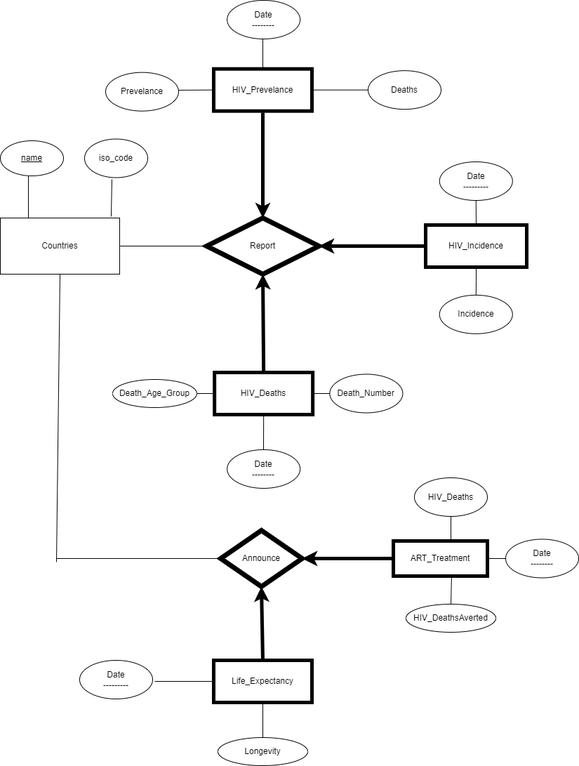
Above: assets/er_diagram.png in sinirsizeglence/cs306_group_project (draw.io), before the change. Source tidied: cells renumbered, new cells last; positions are measured from the earlier drawing's top-left corner, leaving out a move shared by most shapes.
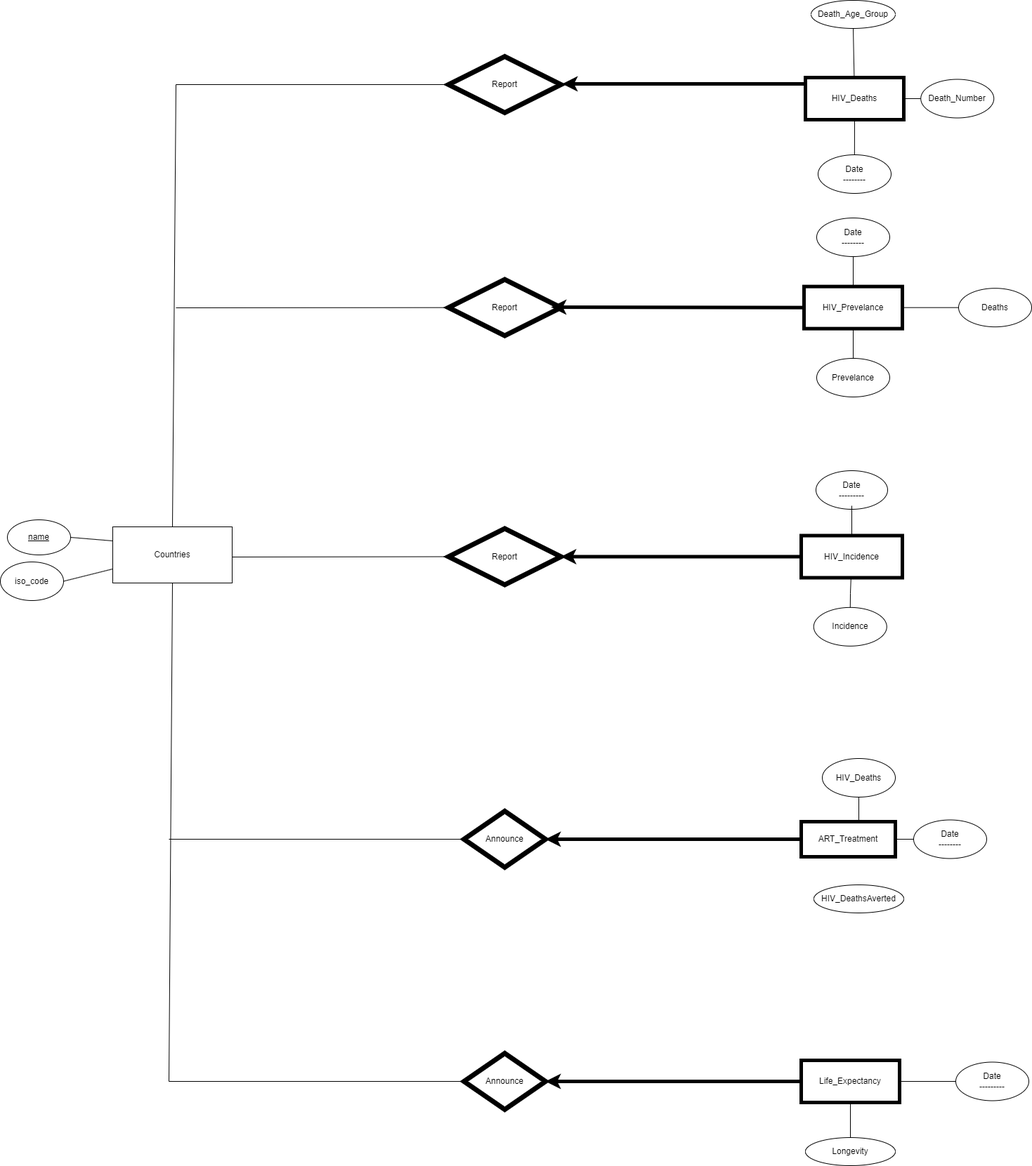
The same file after the commit.

Commit message:
Update ER diagram. (4 entity 1 relation fix)

Diff of the diagram source:
```diff
@@ -3,182 +3,206 @@
     <mxCell id="0" />
     <mxCell id="1" parent="0" />
     <mxCell id="2" value="Report" style="rhombus;whiteSpace=wrap;html=1;strokeWidth=7;" parent="1" vertex="1">
-      <mxGeometry x="294" y="310" width="160" height="80" as="geometry" />
+      <mxGeometry x="478" y="312.5" width="160" height="80" as="geometry" />
     </mxCell>
     <mxCell id="3" value="Countries" style="rounded=0;whiteSpace=wrap;html=1;" parent="1" vertex="1">
       <mxGeometry y="310" width="170" height="80" as="geometry" />
     </mxCell>
-    <mxCell id="4" style="endArrow=none;html=1;rounded=0;strokeColor=default;" parent="1" edge="1">
-      <mxGeometry relative="1" as="geometry">
-        <mxPoint x="40" y="310" as="sourcePoint" />
-        <mxPoint x="40" y="250" as="targetPoint" />
-      </mxGeometry>
+    <mxCell id="4" style="endArrow=none;html=1;rounded=0;strokeColor=default;entryX=1;entryY=0.5;entryDx=0;entryDy=0;exitX=0;exitY=0.25;exitDx=0;exitDy=0;" parent="1" edge="1" source="3" target="5">
+      <mxGeometry relative="1" as="geometry" />
     </mxCell>
     <mxCell id="5" value="&lt;u&gt;name&lt;/u&gt;" style="ellipse;whiteSpace=wrap;html=1;" parent="1" vertex="1">
-      <mxGeometry y="200" width="90" height="50" as="geometry" />
+      <mxGeometry x="-150" y="300" width="90" height="50" as="geometry" />
     </mxCell>
     <mxCell id="6" value="iso_code" style="ellipse;whiteSpace=wrap;html=1;" parent="1" vertex="1">
-      <mxGeometry x="120" y="197.5" width="90" height="55" as="geometry" />
+      <mxGeometry x="-160" y="360" width="90" height="55" as="geometry" />
     </mxCell>
-    <mxCell id="7" style="endArrow=none;html=1;rounded=0;strokeColor=default;entryX=0.433;entryY=1.045;entryDx=0;entryDy=0;entryPerimeter=0;exitX=0.929;exitY=-0.025;exitDx=0;exitDy=0;exitPerimeter=0;" parent="1" edge="1" source="3" target="6">
+    <mxCell id="7" style="endArrow=none;html=1;rounded=0;strokeColor=default;entryX=1;entryY=0.5;entryDx=0;entryDy=0;exitX=0;exitY=0.75;exitDx=0;exitDy=0;" parent="1" edge="1" source="3" target="6">
       <mxGeometry relative="1" as="geometry" />
     </mxCell>
-    <mxCell id="8" style="endArrow=none;html=1;rounded=0;strokeColor=default;exitX=1;exitY=0.5;exitDx=0;exitDy=0;entryX=0;entryY=0.5;entryDx=0;entryDy=0;" parent="1" edge="1" source="3" target="2">
-      <mxGeometry relative="1" as="geometry" />
+    <mxCell id="8" style="endArrow=none;html=1;rounded=0;strokeColor=default;entryX=0;entryY=0.5;entryDx=0;entryDy=0;" parent="1" edge="1" target="2">
+      <mxGeometry relative="1" as="geometry">
+        <mxPoint x="170" y="353" as="sourcePoint" />
+      </mxGeometry>
     </mxCell>
     <mxCell id="9" style="endArrow=none;html=1;rounded=0;strokeColor=default;" parent="1" edge="1">
       <mxGeometry relative="1" as="geometry">
-        <mxPoint x="364" y="220" as="sourcePoint" />
-        <mxPoint x="364" y="220" as="targetPoint" />
+        <mxPoint x="374" y="222.5" as="sourcePoint" />
+        <mxPoint x="374" y="222.5" as="targetPoint" />
       </mxGeometry>
     </mxCell>
     <mxCell id="10" value="HIV_Deaths" style="rounded=0;whiteSpace=wrap;html=1;strokeWidth=5;" parent="1" vertex="1">
-      <mxGeometry x="305.1" y="530" width="140" height="60" as="geometry" />
+      <mxGeometry x="986" y="-330" width="140" height="60" as="geometry" />
     </mxCell>
     <mxCell id="11" value="Death_Age_Group" style="ellipse;whiteSpace=wrap;html=1;" parent="1" vertex="1">
-      <mxGeometry x="160" y="540" width="120" height="40" as="geometry" />
+      <mxGeometry x="994" y="-440" width="120" height="40" as="geometry" />
     </mxCell>
-    <mxCell id="12" style="endArrow=none;html=1;rounded=0;strokeColor=default;exitX=1;exitY=0.5;exitDx=0;exitDy=0;entryX=0;entryY=0.5;entryDx=0;entryDy=0;" parent="1" edge="1" source="11" target="10">
+    <mxCell id="12" style="endArrow=none;html=1;rounded=0;strokeColor=default;exitX=0.5;exitY=1;exitDx=0;exitDy=0;" parent="1" edge="1" source="11" target="10">
       <mxGeometry relative="1" as="geometry" />
     </mxCell>
-    <mxCell id="13" style="endArrow=classic;html=1;rounded=0;strokeColor=default;entryX=0.5;entryY=1;entryDx=0;entryDy=0;exitX=0.5;exitY=0;exitDx=0;exitDy=0;strokeWidth=5;" parent="1" edge="1" source="10" target="2">
-      <mxGeometry relative="1" as="geometry" />
-    </mxCell>
     <mxCell id="14" value="HIV_Incidence" style="rounded=0;whiteSpace=wrap;html=1;strokeWidth=5;" parent="1" vertex="1">
-      <mxGeometry x="606" y="320" width="144" height="60" as="geometry" />
+      <mxGeometry x="980" y="322.5" width="144" height="60" as="geometry" />
     </mxCell>
     <mxCell id="15" style="endArrow=classic;html=1;rounded=0;strokeColor=default;exitX=0;exitY=0.5;exitDx=0;exitDy=0;strokeWidth=5;entryX=1;entryY=0.5;entryDx=0;entryDy=0;" parent="1" edge="1" source="14" target="2">
       <mxGeometry relative="1" as="geometry" />
     </mxCell>
     <mxCell id="16" value="Incidence" style="ellipse;whiteSpace=wrap;html=1;strokeWidth=1;rotation=0;" parent="1" vertex="1">
-      <mxGeometry x="625.8" y="419.8" width="104" height="55" as="geometry" />
+      <mxGeometry x="997.8" y="424.8" width="104" height="55" as="geometry" />
     </mxCell>
     <mxCell id="17" style="endArrow=none;html=1;rounded=0;strokeColor=default;strokeWidth=1;exitX=0.5;exitY=0;exitDx=0;exitDy=0;" parent="1" edge="1" source="16" target="14">
       <mxGeometry relative="1" as="geometry">
         <Array as="points">
-          <mxPoint x="678" y="400" />
+          <mxPoint x="1050" y="405" />
         </Array>
       </mxGeometry>
     </mxCell>
     <mxCell id="18" value="Death_Number" style="ellipse;whiteSpace=wrap;html=1;strokeWidth=1;rotation=0;" parent="1" vertex="1">
-      <mxGeometry x="469.4" y="532.5" width="104" height="55" as="geometry" />
+      <mxGeometry x="1150.2" y="-327.5" width="104" height="55" as="geometry" />
     </mxCell>
     <mxCell id="19" value="HIV_Prevelance" style="rounded=0;whiteSpace=wrap;html=1;strokeWidth=5;" parent="1" vertex="1">
-      <mxGeometry x="304" y="97.7" width="140" height="60" as="geometry" />
+      <mxGeometry x="984" y="-32.3" width="140" height="60" as="geometry" />
     </mxCell>
     <mxCell id="20" value="Deaths" style="ellipse;whiteSpace=wrap;html=1;strokeWidth=1;rotation=0;" parent="1" vertex="1">
-      <mxGeometry x="524" y="100.2" width="104" height="55" as="geometry" />
+      <mxGeometry x="1204" y="-29.8" width="104" height="55" as="geometry" />
     </mxCell>
-    <mxCell id="21" style="endArrow=none;html=1;rounded=0;strokeColor=default;strokeWidth=1;exitX=0.5;exitY=0;exitDx=0;exitDy=0;" parent="1" edge="1" target="19">
-      <mxGeometry relative="1" as="geometry">
-        <mxPoint x="375.8" y="197.5" as="sourcePoint" />
-      </mxGeometry>
-    </mxCell>
-    <mxCell id="22" style="endArrow=classic;html=1;rounded=0;strokeColor=default;strokeWidth=5;" parent="1" edge="1">
-      <mxGeometry relative="1" as="geometry">
-        <mxPoint x="374" y="160" as="sourcePoint" />
-        <mxPoint x="374" y="310" as="targetPoint" />
-      </mxGeometry>
-    </mxCell>
     <mxCell id="23" value="ART_Treatment" style="rounded=0;whiteSpace=wrap;html=1;strokeWidth=5;" parent="1" vertex="1">
-      <mxGeometry x="560" y="770" width="134" height="50" as="geometry" />
+      <mxGeometry x="980" y="730" width="134" height="50" as="geometry" />
     </mxCell>
     <mxCell id="24" value="HIV_DeathsAverted" style="ellipse;whiteSpace=wrap;html=1;" parent="1" vertex="1">
-      <mxGeometry x="578" y="860" width="128" height="40" as="geometry" />
+      <mxGeometry x="998" y="820" width="128" height="40" as="geometry" />
     </mxCell>
-    <mxCell id="25" style="endArrow=none;html=1;rounded=0;strokeColor=default;exitX=0.5;exitY=0;exitDx=0;exitDy=0;entryX=0.619;entryY=1.02;entryDx=0;entryDy=0;entryPerimeter=0;" parent="1" edge="1" source="24" target="23">
+    <mxCell id="25" style="endArrow=none;html=1;rounded=0;strokeColor=default;exitX=0.5;exitY=0;exitDx=0;exitDy=0;entryX=0.5;entryY=0;entryDx=0;entryDy=0;" parent="1" edge="1" source="24" target="24">
       <mxGeometry relative="1" as="geometry" />
     </mxCell>
     <mxCell id="26" value="HIV_Deaths" style="ellipse;whiteSpace=wrap;html=1;strokeWidth=1;rotation=0;" parent="1" vertex="1">
-      <mxGeometry x="590" y="680" width="104" height="55" as="geometry" />
+      <mxGeometry x="1010" y="640" width="104" height="55" as="geometry" />
     </mxCell>
-    <mxCell id="27" style="endArrow=none;html=1;rounded=0;strokeColor=default;strokeWidth=1;exitX=0.5;exitY=1;exitDx=0;exitDy=0;" parent="1" edge="1" source="26">
+    <mxCell id="27" style="endArrow=none;html=1;rounded=0;strokeColor=default;strokeWidth=1;exitX=0.5;exitY=1;exitDx=0;exitDy=0;" parent="1" edge="1">
       <mxGeometry relative="1" as="geometry">
-        <mxPoint x="628" y="770" as="targetPoint" />
+        <mxPoint x="1062" y="695" as="sourcePoint" />
+        <mxPoint x="1048" y="730" as="targetPoint" />
         <Array as="points">
-          <mxPoint x="642" y="770" />
+          <mxPoint x="1062" y="730" />
         </Array>
       </mxGeometry>
     </mxCell>
     <mxCell id="28" style="endArrow=none;html=1;rounded=0;entryX=0.5;entryY=1;entryDx=0;entryDy=0;" parent="1" edge="1" target="3">
       <mxGeometry relative="1" as="geometry">
-        <mxPoint x="80" y="800" as="sourcePoint" />
+        <mxPoint x="80" y="1100" as="sourcePoint" />
       </mxGeometry>
     </mxCell>
     <mxCell id="29" value="Announce" style="rhombus;whiteSpace=wrap;html=1;strokeWidth=7;" parent="1" vertex="1">
-      <mxGeometry x="314" y="755" width="116" height="80" as="geometry" />
+      <mxGeometry x="500" y="715" width="116" height="80" as="geometry" />
     </mxCell>
     <mxCell id="30" style="endArrow=none;html=1;rounded=0;strokeColor=default;entryX=0;entryY=0.5;entryDx=0;entryDy=0;" parent="1" edge="1" target="29">
       <mxGeometry relative="1" as="geometry">
-        <mxPoint x="80" y="795" as="sourcePoint" />
+        <mxPoint x="80" y="755" as="sourcePoint" />
       </mxGeometry>
     </mxCell>
     <mxCell id="31" style="endArrow=classic;html=1;rounded=0;strokeColor=default;strokeWidth=5;entryX=1;entryY=0.5;entryDx=0;entryDy=0;exitX=0;exitY=0.5;exitDx=0;exitDy=0;" parent="1" edge="1" source="23" target="29">
       <mxGeometry relative="1" as="geometry" />
     </mxCell>
     <mxCell id="32" value="Life_Expectancy" style="rounded=0;whiteSpace=wrap;html=1;strokeWidth=5;" parent="1" vertex="1">
-      <mxGeometry x="304" y="940" width="140" height="60" as="geometry" />
+      <mxGeometry x="980" y="1070" width="140" height="60" as="geometry" />
     </mxCell>
     <mxCell id="33" value="Longevity" style="ellipse;whiteSpace=wrap;html=1;" parent="1" vertex="1">
-      <mxGeometry x="310" y="1050" width="128" height="40" as="geometry" />
+      <mxGeometry x="986" y="1180" width="128" height="40" as="geometry" />
     </mxCell>
     <mxCell id="34" value="Date&lt;br&gt;---------" style="ellipse;whiteSpace=wrap;html=1;strokeWidth=1;rotation=0;" parent="1" vertex="1">
-      <mxGeometry x="113" y="940" width="104" height="55" as="geometry" />
+      <mxGeometry x="1200" y="1072.5" width="104" height="55" as="geometry" />
     </mxCell>
-    <mxCell id="35" style="endArrow=classic;html=1;rounded=0;strokeColor=default;strokeWidth=5;entryX=0.5;entryY=1;entryDx=0;entryDy=0;exitX=0.5;exitY=0;exitDx=0;exitDy=0;" parent="1" edge="1" source="32" target="29">
-      <mxGeometry relative="1" as="geometry" />
-    </mxCell>
     <mxCell id="36" style="endArrow=none;html=1;rounded=0;exitX=1;exitY=0.5;exitDx=0;exitDy=0;entryX=0;entryY=0.5;entryDx=0;entryDy=0;" parent="1" edge="1" source="10" target="18">
       <mxGeometry relative="1" as="geometry" />
     </mxCell>
-    <mxCell id="37" style="endArrow=none;html=1;rounded=0;exitX=1;exitY=0.5;exitDx=0;exitDy=0;entryX=0;entryY=0.5;entryDx=0;entryDy=0;" parent="1" edge="1" source="19" target="20">
+    <mxCell id="37" style="endArrow=none;html=1;rounded=0;entryX=0;entryY=0.5;entryDx=0;entryDy=0;" parent="1" edge="1" source="19" target="20">
       <mxGeometry relative="1" as="geometry" />
     </mxCell>
-    <mxCell id="38" style="endArrow=none;html=1;rounded=0;exitX=0;exitY=0.5;exitDx=0;exitDy=0;" parent="1" edge="1" source="32">
-      <mxGeometry relative="1" as="geometry">
-        <mxPoint x="220" y="970" as="targetPoint" />
-      </mxGeometry>
-    </mxCell>
-    <mxCell id="39" style="endArrow=none;html=1;rounded=0;exitX=0.5;exitY=1;exitDx=0;exitDy=0;entryX=0.5;entryY=0;entryDx=0;entryDy=0;" parent="1" edge="1" source="32" target="33">
+    <mxCell id="39" style="endArrow=none;html=1;rounded=0;entryX=0.5;entryY=0;entryDx=0;entryDy=0;" parent="1" edge="1" source="32" target="33">
       <mxGeometry relative="1" as="geometry" />
     </mxCell>
     <mxCell id="40" style="endArrow=none;html=1;rounded=0;entryX=1;entryY=0.5;entryDx=0;entryDy=0;" parent="1" edge="1" target="23">
       <mxGeometry relative="1" as="geometry">
-        <mxPoint x="720" y="795" as="sourcePoint" />
+        <mxPoint x="1140" y="755" as="sourcePoint" />
       </mxGeometry>
     </mxCell>
     <mxCell id="41" value="Date&lt;br&gt;--------" style="ellipse;whiteSpace=wrap;html=1;strokeWidth=1;rotation=0;" parent="1" vertex="1">
-      <mxGeometry x="720" y="767.5" width="104" height="55" as="geometry" />
+      <mxGeometry x="1140" y="727.5" width="104" height="55" as="geometry" />
     </mxCell>
     <mxCell id="42" style="endArrow=none;html=1;rounded=0;entryX=0.5;entryY=1;entryDx=0;entryDy=0;" parent="1" edge="1" target="10">
       <mxGeometry relative="1" as="geometry">
-        <mxPoint x="375" y="640" as="sourcePoint" />
+        <mxPoint x="1055.8" y="-220" as="sourcePoint" />
       </mxGeometry>
     </mxCell>
     <mxCell id="43" value="Date&lt;br&gt;--------" style="ellipse;whiteSpace=wrap;html=1;strokeWidth=1;rotation=0;" parent="1" vertex="1">
-      <mxGeometry x="323.1" y="640" width="104" height="55" as="geometry" />
+      <mxGeometry x="1004" y="-220" width="104" height="55" as="geometry" />
     </mxCell>
     <mxCell id="44" value="Date&lt;br&gt;---------" style="ellipse;whiteSpace=wrap;html=1;strokeWidth=1;rotation=0;" parent="1" vertex="1">
-      <mxGeometry x="625.8" y="230" width="104" height="55" as="geometry" />
+      <mxGeometry x="1001" y="230" width="102" height="55" as="geometry" />
     </mxCell>
-    <mxCell id="45" style="endArrow=none;html=1;rounded=0;entryX=0.5;entryY=1;entryDx=0;entryDy=0;exitX=0.5;exitY=0;exitDx=0;exitDy=0;" parent="1" edge="1" source="14" target="44">
-      <mxGeometry relative="1" as="geometry" />
+    <mxCell id="45" style="endArrow=none;html=1;rounded=0;exitX=0.5;exitY=0;exitDx=0;exitDy=0;" parent="1" edge="1" source="14">
+      <mxGeometry relative="1" as="geometry">
+        <mxPoint x="1052" y="280" as="targetPoint" />
+      </mxGeometry>
     </mxCell>
-    <mxCell id="46" style="endArrow=none;html=1;rounded=0;entryX=0;entryY=0.5;entryDx=0;entryDy=0;" parent="1" edge="1" target="19">
-      <mxGeometry relative="1" as="geometry">
-        <mxPoint x="250" y="128" as="sourcePoint" />
-      </mxGeometry>
+    <mxCell id="46" style="endArrow=none;html=1;rounded=0;entryX=0.5;entryY=1;entryDx=0;entryDy=0;exitX=0.5;exitY=0;exitDx=0;exitDy=0;" parent="1" edge="1" source="47" target="19">
+      <mxGeometry relative="1" as="geometry" />
     </mxCell>
     <mxCell id="47" value="Prevelance" style="ellipse;whiteSpace=wrap;html=1;strokeWidth=1;rotation=0;" parent="1" vertex="1">
-      <mxGeometry x="150" y="102.7" width="104" height="55" as="geometry" />
+      <mxGeometry x="1002" y="70" width="104" height="55" as="geometry" />
     </mxCell>
     <mxCell id="48" style="endArrow=none;html=1;rounded=0;exitX=0.5;exitY=0;exitDx=0;exitDy=0;" parent="1" edge="1" source="19">
       <mxGeometry relative="1" as="geometry">
-        <mxPoint x="374" y="50" as="targetPoint" />
+        <mxPoint x="1054" y="-80" as="targetPoint" />
       </mxGeometry>
     </mxCell>
     <mxCell id="49" value="Date&lt;br&gt;--------" style="ellipse;whiteSpace=wrap;html=1;strokeWidth=1;rotation=0;" parent="1" vertex="1">
-      <mxGeometry x="323.1" width="104" height="55" as="geometry" />
+      <mxGeometry x="1002" y="-130" width="104" height="55" as="geometry" />
     </mxCell>
+    <mxCell id="50" style="endArrow=none;html=1;rounded=0;entryX=1;entryY=0.5;entryDx=0;entryDy=0;exitX=0;exitY=0.5;exitDx=0;exitDy=0;" parent="1" edge="1" source="34" target="32">
+      <mxGeometry relative="1" as="geometry" />
+    </mxCell>
+    <mxCell id="51" value="Announce" style="rhombus;whiteSpace=wrap;html=1;strokeWidth=7;" parent="1" vertex="1">
+      <mxGeometry x="500" y="1060" width="116" height="80" as="geometry" />
+    </mxCell>
+    <mxCell id="52" style="endArrow=classic;html=1;rounded=0;exitX=0;exitY=0.5;exitDx=0;exitDy=0;entryX=1;entryY=0.5;entryDx=0;entryDy=0;strokeWidth=5;" parent="1" edge="1" source="32" target="51">
+      <mxGeometry relative="1" as="geometry" />
+    </mxCell>
+    <mxCell id="53" style="endArrow=none;html=1;rounded=0;entryX=0;entryY=0.5;entryDx=0;entryDy=0;" parent="1" edge="1" target="51">
+      <mxGeometry relative="1" as="geometry">
+        <mxPoint x="80" y="1100" as="sourcePoint" />
+      </mxGeometry>
+    </mxCell>
+    <mxCell id="54" value="Report" style="rhombus;whiteSpace=wrap;html=1;strokeWidth=7;" parent="1" vertex="1">
+      <mxGeometry x="478" y="-42.3" width="160" height="80" as="geometry" />
+    </mxCell>
+    <mxCell id="55" style="endArrow=classic;html=1;rounded=0;strokeColor=default;exitX=0;exitY=0.5;exitDx=0;exitDy=0;strokeWidth=5;entryX=1;entryY=0.5;entryDx=0;entryDy=0;" parent="1" edge="1" source="19">
+      <mxGeometry relative="1" as="geometry">
+        <mxPoint x="624" y="-2.9" as="targetPoint" />
+      </mxGeometry>
+    </mxCell>
+    <mxCell id="56" style="endArrow=none;html=1;rounded=0;exitX=0.5;exitY=0;exitDx=0;exitDy=0;" parent="1" edge="1" source="3">
+      <mxGeometry relative="1" as="geometry">
+        <mxPoint x="90" y="-320" as="targetPoint" />
+      </mxGeometry>
+    </mxCell>
+    <mxCell id="57" style="endArrow=none;html=1;rounded=0;entryX=0;entryY=0.5;entryDx=0;entryDy=0;" parent="1" edge="1" target="54">
+      <mxGeometry relative="1" as="geometry">
+        <mxPoint x="90" y="-2" as="sourcePoint" />
+      </mxGeometry>
+    </mxCell>
+    <mxCell id="58" value="Report" style="rhombus;whiteSpace=wrap;html=1;strokeWidth=7;" parent="1" vertex="1">
+      <mxGeometry x="478" y="-360" width="160" height="80" as="geometry" />
+    </mxCell>
+    <mxCell id="59" style="endArrow=none;html=1;rounded=0;exitX=0;exitY=0.5;exitDx=0;exitDy=0;" parent="1" edge="1" source="58">
+      <mxGeometry relative="1" as="geometry">
+        <mxPoint x="90" y="-320" as="targetPoint" />
+      </mxGeometry>
+    </mxCell>
+    <mxCell id="60" style="endArrow=classic;html=1;rounded=0;strokeColor=default;exitX=0;exitY=0.5;exitDx=0;exitDy=0;strokeWidth=5;" parent="1" edge="1">
+      <mxGeometry relative="1" as="geometry">
+        <mxPoint x="986" y="-321" as="sourcePoint" />
+        <mxPoint x="640" y="-321" as="targetPoint" />
+      </mxGeometry>
+    </mxCell>
   </root>
 </mxGraphModel>
```
